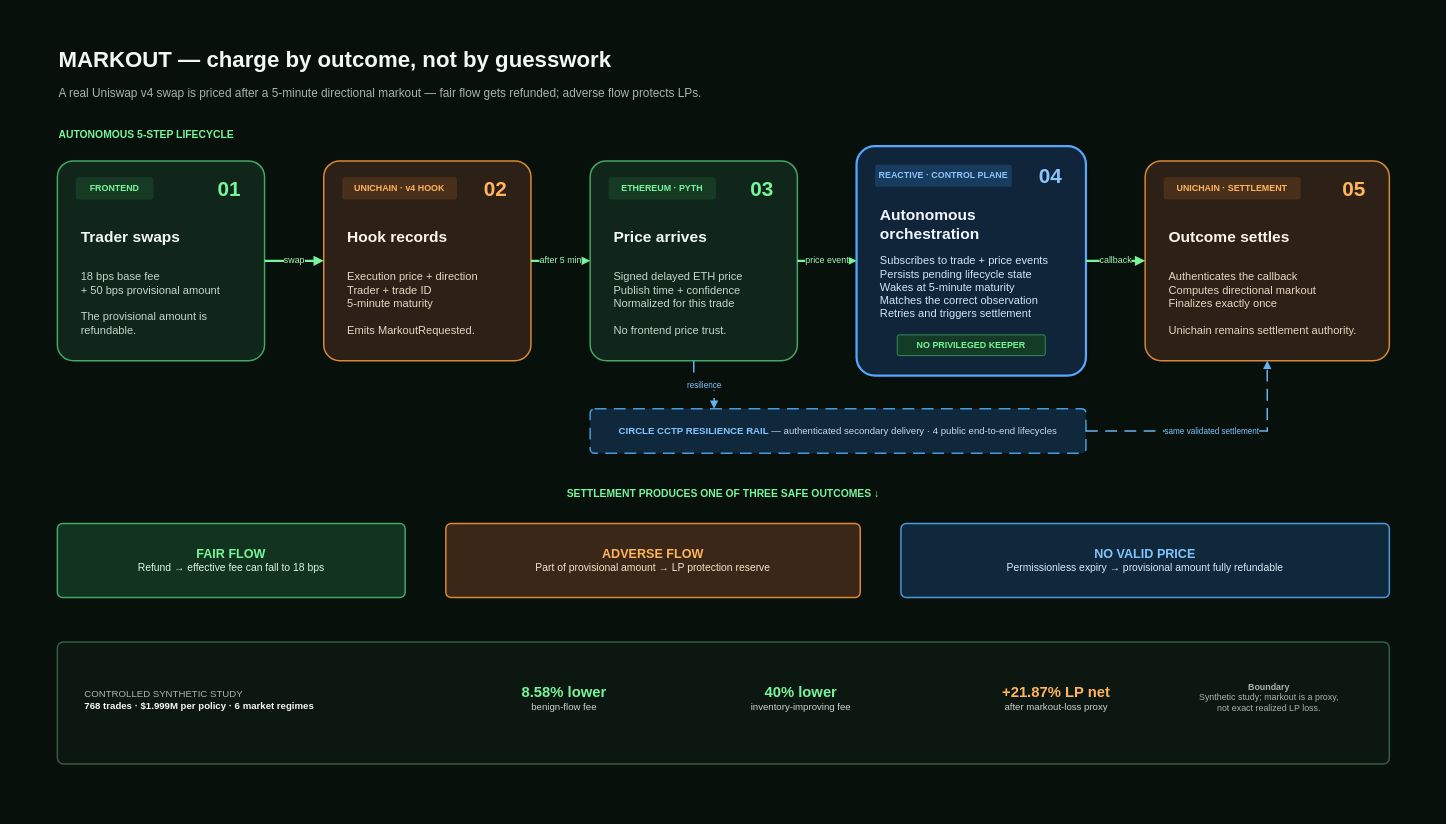
Above: docs/diagrams/MARKOUT_VIDEO_ARCHITECTURE.drawio in RudraBhaskar9439/markout-hook (draw.io), before the change. Source tidied: cells renumbered, new cells numbered last; positions are measured from the earlier drawing's top-left corner, leaving out a move shared by most shapes. Both pictures are drawn from the tidied source at 74%, with x=0, y=0 at pixel (13, 13).
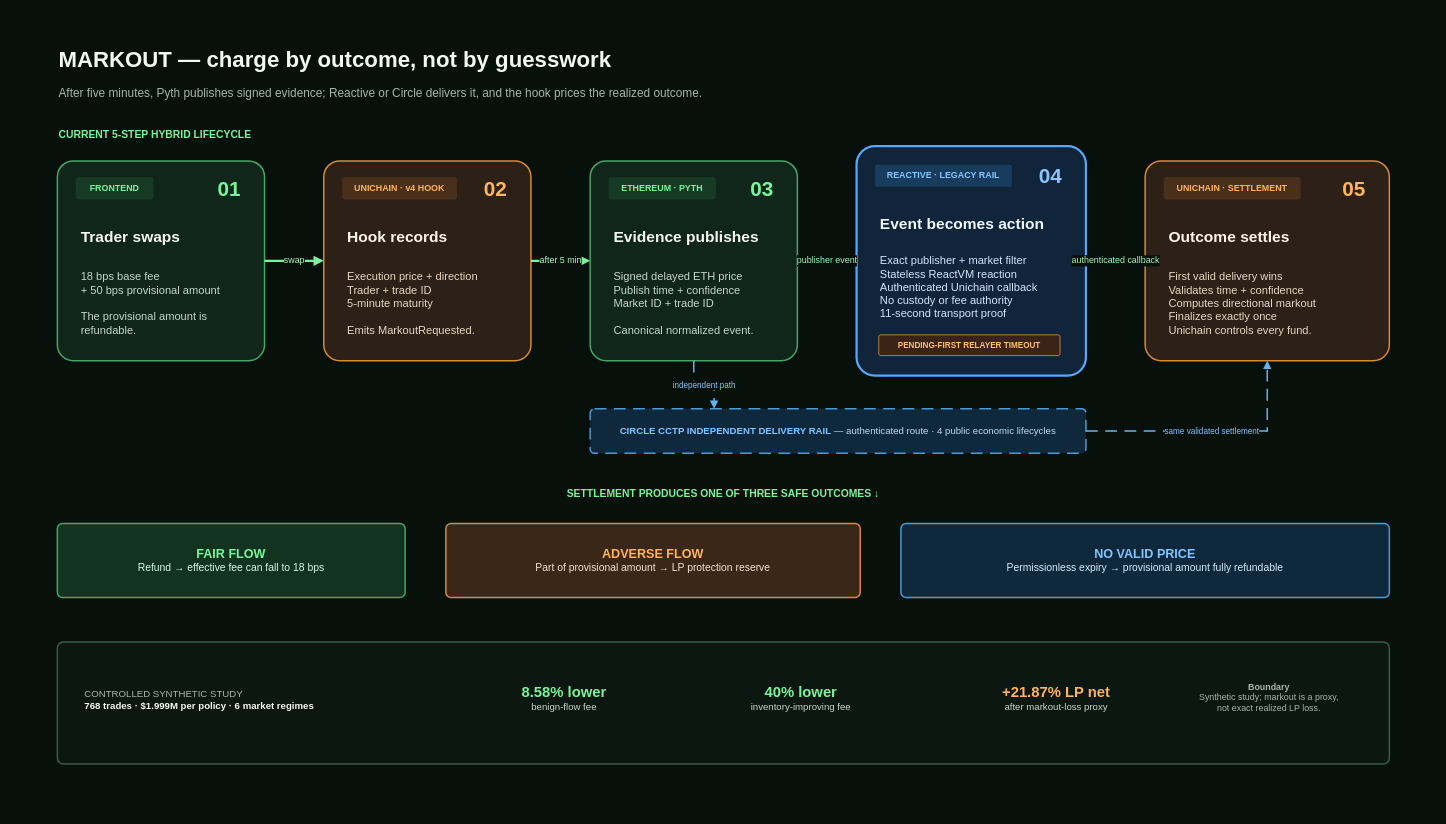
Above is the later version.

Commit message (it also covers changes not shown here):
docs: align architecture with legacy reactive transport

The change refers to these unchanged cells:
```xml
<mxCell id="16" style="rounded=1;arcSize=8;whiteSpace=wrap;html=1;fillColor=#10261A;strokeColor=#43A866;strokeWidth=2;" parent="1" vertex="1">
  <mxGeometry x="780" y="200" width="280" height="270" as="geometry" />
</mxCell>
<mxCell id="21" style="rounded=1;arcSize=8;whiteSpace=wrap;html=1;fillColor=#10243A;strokeColor=#58A7FF;strokeWidth=3;shadow=1;" parent="1" vertex="1">
  <mxGeometry x="1140" y="180" width="310" height="310" as="geometry" />
</mxCell>
<mxCell id="27" style="rounded=1;arcSize=8;whiteSpace=wrap;html=1;fillColor=#2D2016;strokeColor=#D98A35;strokeWidth=2;" parent="1" vertex="1">
  <mxGeometry x="1530" y="200" width="330" height="270" as="geometry" />
</mxCell>
```

The edit, as a diff of the source:
```diff
@@
-    <mxCell id="4" value="&lt;font color=&quot;#A6B6AA&quot; style=&quot;font-size: 16px;&quot;&gt;A real Uniswap v4 swap is priced after a 5-minute directional markout — fair flow gets refunded; adverse flow protects LPs.&lt;/font&gt;" style="text;html=1;align=left;verticalAlign=middle;whiteSpace=wrap;" parent="1" vertex="1">
+    <mxCell id="4" value="&lt;font color=&quot;#A6B6AA&quot; style=&quot;font-size: 16px;&quot;&gt;After five minutes, Pyth publishes signed evidence; Reactive or Circle delivers it, and the hook prices the realized outcome.&lt;/font&gt;" style="text;html=1;align=left;verticalAlign=middle;whiteSpace=wrap;" parent="1" vertex="1">
       <mxGeometry x="60" y="90" width="1400" height="35" as="geometry" />
     </mxCell>
-    <mxCell id="5" value="&lt;font color=&quot;#78F59A&quot;&gt;&lt;b&gt;AUTONOMOUS 5-STEP LIFECYCLE&lt;/b&gt;&lt;/font&gt;" style="text;html=1;align=left;verticalAlign=middle;whiteSpace=wrap;fontSize=14;" parent="1" vertex="1">
+    <mxCell id="5" value="&lt;font color=&quot;#78F59A&quot;&gt;&lt;b&gt;CURRENT 5-STEP HYBRID LIFECYCLE&lt;/b&gt;&lt;/font&gt;" style="text;html=1;align=left;verticalAlign=middle;whiteSpace=wrap;fontSize=14;" parent="1" vertex="1">
       <mxGeometry x="60" y="150" width="300" height="30" as="geometry" />
     </mxCell>
@@
-    <mxCell id="19" value="&lt;font color=&quot;#F4F8F5&quot; style=&quot;font-size: 21px;&quot;&gt;&lt;b&gt;Price arrives&lt;/b&gt;&lt;/font&gt;" style="text;html=1;align=left;verticalAlign=middle;whiteSpace=wrap;" parent="1" vertex="1">
+    <mxCell id="19" value="&lt;font color=&quot;#F4F8F5&quot; style=&quot;font-size: 21px;&quot;&gt;&lt;b&gt;Evidence publishes&lt;/b&gt;&lt;/font&gt;" style="text;html=1;align=left;verticalAlign=middle;whiteSpace=wrap;" parent="1" vertex="1">
       <mxGeometry x="810" y="282" width="220" height="40" as="geometry" />
     </mxCell>
-    <mxCell id="20" value="&lt;font color=&quot;#C9D6CC&quot; style=&quot;font-size: 15px;&quot;&gt;Signed delayed ETH price&lt;br&gt;Publish time + confidence&lt;br&gt;Normalized for this trade&lt;br&gt;&lt;br&gt;No frontend price trust.&lt;/font&gt;" style="text;html=1;align=left;verticalAlign=top;whiteSpace=wrap;spacingTop=4;" parent="1" vertex="1">
+    <mxCell id="20" value="&lt;font color=&quot;#C9D6CC&quot; style=&quot;font-size: 15px;&quot;&gt;Signed delayed ETH price&lt;br&gt;Publish time + confidence&lt;br&gt;Market ID + trade ID&lt;br&gt;&lt;br&gt;Canonical normalized event.&lt;/font&gt;" style="text;html=1;align=left;verticalAlign=top;whiteSpace=wrap;spacingTop=4;" parent="1" vertex="1">
       <mxGeometry x="810" y="337" width="220" height="115" as="geometry" />
     </mxCell>
@@
-    <mxCell id="22" value="&lt;font color=&quot;#8AC5FF&quot;&gt;&lt;b&gt;REACTIVE · CONTROL PLANE&lt;/b&gt;&lt;/font&gt;" style="rounded=1;arcSize=12;whiteSpace=wrap;html=1;fillColor=#183C5D;strokeColor=none;align=center;fontSize=12;" parent="1" vertex="1">
+    <mxCell id="22" value="&lt;font color=&quot;#8AC5FF&quot;&gt;&lt;b&gt;REACTIVE · LEGACY RAIL&lt;/b&gt;&lt;/font&gt;" style="rounded=1;arcSize=12;whiteSpace=wrap;html=1;fillColor=#183C5D;strokeColor=none;align=center;fontSize=12;" parent="1" vertex="1">
       <mxGeometry x="1165" y="205" width="185" height="30" as="geometry" />
     </mxCell>
@@
-    <mxCell id="24" value="&lt;font color=&quot;#F0F7FF&quot; style=&quot;font-size: 21px;&quot;&gt;&lt;b&gt;Autonomous orchestration&lt;/b&gt;&lt;/font&gt;" style="text;html=1;align=left;verticalAlign=middle;whiteSpace=wrap;" parent="1" vertex="1">
+    <mxCell id="24" value="&lt;font color=&quot;#F0F7FF&quot; style=&quot;font-size: 21px;&quot;&gt;&lt;b&gt;Event becomes action&lt;/b&gt;&lt;/font&gt;" style="text;html=1;align=left;verticalAlign=middle;whiteSpace=wrap;" parent="1" vertex="1">
       <mxGeometry x="1170" y="265" width="240" height="40" as="geometry" />
     </mxCell>
-    <mxCell id="25" value="&lt;font color=&quot;#D3E7FA&quot; style=&quot;font-size: 15px;&quot;&gt;Subscribes to trade + price events&lt;br&gt;Persists pending lifecycle state&lt;br&gt;Wakes at 5-minute maturity&lt;br&gt;Matches the correct observation&lt;br&gt;Retries and triggers settlement&lt;/font&gt;" style="text;html=1;align=left;verticalAlign=top;whiteSpace=wrap;spacingTop=4;" parent="1" vertex="1">
+    <mxCell id="25" value="&lt;font color=&quot;#D3E7FA&quot; style=&quot;font-size: 15px;&quot;&gt;Exact publisher + market filter&lt;br&gt;Stateless ReactVM reaction&lt;br&gt;Authenticated Unichain callback&lt;br&gt;No custody or fee authority&lt;br&gt;11-second transport proof&lt;/font&gt;" style="text;html=1;align=left;verticalAlign=top;whiteSpace=wrap;spacingTop=4;" parent="1" vertex="1">
       <mxGeometry x="1170" y="315" width="245" height="115" as="geometry" />
     </mxCell>
-    <mxCell id="26" value="&lt;font color=&quot;#78F59A&quot;&gt;&lt;b&gt;NO PRIVILEGED KEEPER&lt;/b&gt;&lt;/font&gt;" style="rounded=1;arcSize=10;whiteSpace=wrap;html=1;fillColor=#143B26;strokeColor=#43A866;align=center;fontSize=12;" parent="1" vertex="1">
-      <mxGeometry x="1195" y="435" width="200" height="28" as="geometry" />
+    <mxCell id="26" value="&lt;font color=&quot;#FFBE74&quot;&gt;&lt;b&gt;PENDING-FIRST RELAYER TIMEOUT&lt;/b&gt;&lt;/font&gt;" style="rounded=1;arcSize=10;whiteSpace=wrap;html=1;fillColor=#3B2417;strokeColor=#E79A45;align=center;fontSize=11;" parent="1" vertex="1">
+      <mxGeometry x="1170" y="435" width="245" height="28" as="geometry" />
     </mxCell>
@@
-    <mxCell id="31" value="&lt;font color=&quot;#E8D7C4&quot; style=&quot;font-size: 15px;&quot;&gt;Authenticates the callback&lt;br&gt;Computes directional markout&lt;br&gt;Finalizes exactly once&lt;br&gt;&lt;br&gt;Unichain remains settlement authority.&lt;/font&gt;" style="text;html=1;align=left;verticalAlign=top;whiteSpace=wrap;spacingTop=4;" parent="1" vertex="1">
+    <mxCell id="31" value="&lt;font color=&quot;#E8D7C4&quot; style=&quot;font-size: 15px;&quot;&gt;First valid delivery wins&lt;br&gt;Validates time + confidence&lt;br&gt;Computes directional markout&lt;br&gt;Finalizes exactly once&lt;br&gt;Unichain controls every fund.&lt;/font&gt;" style="text;html=1;align=left;verticalAlign=top;whiteSpace=wrap;spacingTop=4;" parent="1" vertex="1">
       <mxGeometry x="1560" y="337" width="260" height="115" as="geometry" />
     </mxCell>
@@
-    <mxCell id="34" value="price event" style="edgeStyle=orthogonalEdgeStyle;rounded=0;html=1;strokeColor=#78F59A;strokeWidth=3;fontColor=#A8F8BB;fontSize=12;labelBackgroundColor=#07100B;endArrow=block;endFill=1;exitX=1;exitY=0.5;entryX=0;entryY=0.5;" parent="1" edge="1" source="16" target="21">
+    <mxCell id="34" value="publisher event" style="edgeStyle=orthogonalEdgeStyle;rounded=0;html=1;strokeColor=#78F59A;strokeWidth=3;fontColor=#A8F8BB;fontSize=12;labelBackgroundColor=#07100B;endArrow=block;endFill=1;exitX=1;exitY=0.5;entryX=0;entryY=0.5;" parent="1" edge="1" source="16" target="21">
       <mxGeometry relative="1" as="geometry" />
     </mxCell>
-    <mxCell id="35" value="callback" style="edgeStyle=orthogonalEdgeStyle;rounded=0;html=1;strokeColor=#78F59A;strokeWidth=3;fontColor=#A8F8BB;fontSize=12;labelBackgroundColor=#07100B;endArrow=block;endFill=1;exitX=1;exitY=0.5;entryX=0;entryY=0.5;" parent="1" edge="1" source="21" target="27">
+    <mxCell id="35" value="authenticated callback" style="edgeStyle=orthogonalEdgeStyle;rounded=0;html=1;strokeColor=#78F59A;strokeWidth=3;fontColor=#A8F8BB;fontSize=12;labelBackgroundColor=#07100B;endArrow=block;endFill=1;exitX=1;exitY=0.5;entryX=0;entryY=0.5;" parent="1" edge="1" source="21" target="27">
       <mxGeometry relative="1" as="geometry" />
     </mxCell>
-    <mxCell id="36" value="&lt;font color=&quot;#82C4FF&quot;&gt;&lt;b&gt;CIRCLE CCTP RESILIENCE RAIL&lt;/b&gt;&lt;/font&gt;&lt;font color=&quot;#BEDDF5&quot;&gt; — authenticated secondary delivery · 4 public end-to-end lifecycles&lt;/font&gt;" style="rounded=1;arcSize=10;whiteSpace=wrap;html=1;fillColor=#10283B;strokeColor=#4B9BDB;strokeWidth=2;dashed=1;dashPattern=8 5;align=center;fontSize=13;" parent="1" vertex="1">
+    <mxCell id="36" value="&lt;font color=&quot;#82C4FF&quot;&gt;&lt;b&gt;CIRCLE CCTP INDEPENDENT DELIVERY RAIL&lt;/b&gt;&lt;/font&gt;&lt;font color=&quot;#BEDDF5&quot;&gt; — authenticated route · 4 public economic lifecycles&lt;/font&gt;" style="rounded=1;arcSize=10;whiteSpace=wrap;html=1;fillColor=#10283B;strokeColor=#4B9BDB;strokeWidth=2;dashed=1;dashPattern=8 5;align=center;fontSize=13;" parent="1" vertex="1">
       <mxGeometry x="780" y="535" width="670" height="60" as="geometry" />
     </mxCell>
-    <mxCell id="37" value="resilience" style="edgeStyle=orthogonalEdgeStyle;rounded=0;html=1;strokeColor=#66B4F2;strokeWidth=2;dashed=1;dashPattern=8 5;fontColor=#82C4FF;fontSize=11;labelBackgroundColor=#07100B;endArrow=block;endFill=1;exitX=0.5;exitY=1;entryX=0.25;entryY=0;" parent="1" edge="1" source="16" target="36">
+    <mxCell id="37" value="independent path" style="edgeStyle=orthogonalEdgeStyle;rounded=0;html=1;strokeColor=#66B4F2;strokeWidth=2;dashed=1;dashPattern=8 5;fontColor=#82C4FF;fontSize=11;labelBackgroundColor=#07100B;endArrow=block;endFill=1;exitX=0.5;exitY=1;entryX=0.25;entryY=0;" parent="1" edge="1" source="16" target="36">
       <mxGeometry relative="1" as="geometry" />
     </mxCell>
```
